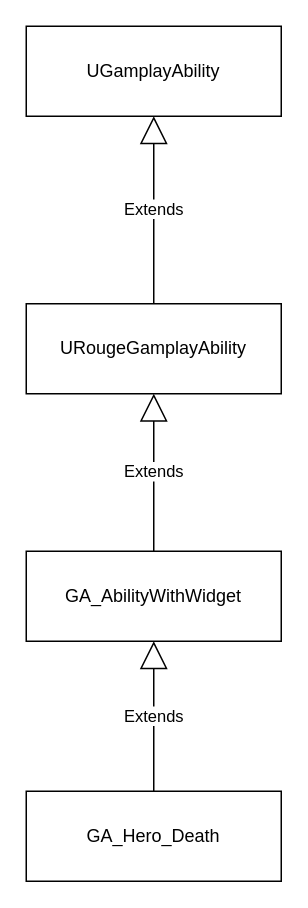
The draw.io diagram Doc/AbilitySystem.drawio in AlienAvatar/RougeDemo, before the edit. Source tidied: cells renumbered, new cells numbered last; positions are measured from the earlier drawing's top-left corner, leaving out a move shared by most shapes. Both pictures are drawn from the tidied source at 150%, with x=0, y=0 at pixel (26, 26).
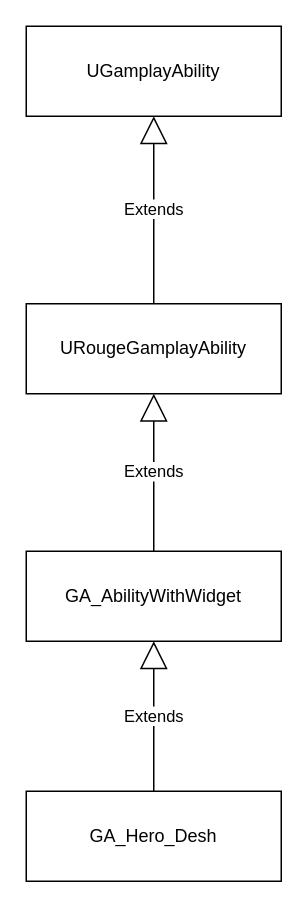
Above is the later version.

The edit, as a diff of the source:
```diff
@@
 <mxGraphModel>
   <root>
     <mxCell id="0" />
     <mxCell id="1" parent="0" />
     <mxCell id="2" value="URougeGamplayAbility" style="rounded=0;whiteSpace=wrap;html=1;" parent="1" vertex="1">
       <mxGeometry y="185" width="170" height="60" as="geometry" />
     </mxCell>
     <mxCell id="3" value="UGamplayAbility" style="rounded=0;whiteSpace=wrap;html=1;" parent="1" vertex="1">
       <mxGeometry width="170" height="60" as="geometry" />
     </mxCell>
     <mxCell id="4" value="Extends" style="endArrow=block;endSize=16;endFill=0;html=1;rounded=0;exitX=0.5;exitY=0;exitDx=0;exitDy=0;entryX=0.5;entryY=1;entryDx=0;entryDy=0;" parent="1" edge="1" source="2" target="3">
       <mxGeometry relative="1" as="geometry" />
     </mxCell>
     <mxCell id="5" value="GA_AbilityWithWidget" style="rounded=0;whiteSpace=wrap;html=1;" parent="1" vertex="1">
       <mxGeometry y="350" width="170" height="60" as="geometry" />
     </mxCell>
     <mxCell id="6" value="Extends" style="endArrow=block;endSize=16;endFill=0;html=1;rounded=0;exitX=0.5;exitY=0;exitDx=0;exitDy=0;entryX=0.5;entryY=1;entryDx=0;entryDy=0;" parent="1" edge="1" source="5">
       <mxGeometry relative="1" as="geometry">
         <mxPoint x="85" y="245" as="targetPoint" />
       </mxGeometry>
     </mxCell>
-    <mxCell id="7" value="GA_Hero_Death" style="rounded=0;whiteSpace=wrap;html=1;" parent="1" vertex="1">
+    <mxCell id="7" value="GA_Hero_Desh" style="rounded=0;whiteSpace=wrap;html=1;" parent="1" vertex="1">
       <mxGeometry y="510" width="170" height="60" as="geometry" />
     </mxCell>
     <mxCell id="8" value="Extends" style="endArrow=block;endSize=16;endFill=0;html=1;rounded=0;exitX=0.5;exitY=0;exitDx=0;exitDy=0;entryX=0.5;entryY=1;entryDx=0;entryDy=0;" parent="1" edge="1" source="7">
       <mxGeometry relative="1" as="geometry">
         <mxPoint x="85" y="410" as="targetPoint" />
       </mxGeometry>
     </mxCell>
   </root>
 </mxGraphModel>
```
